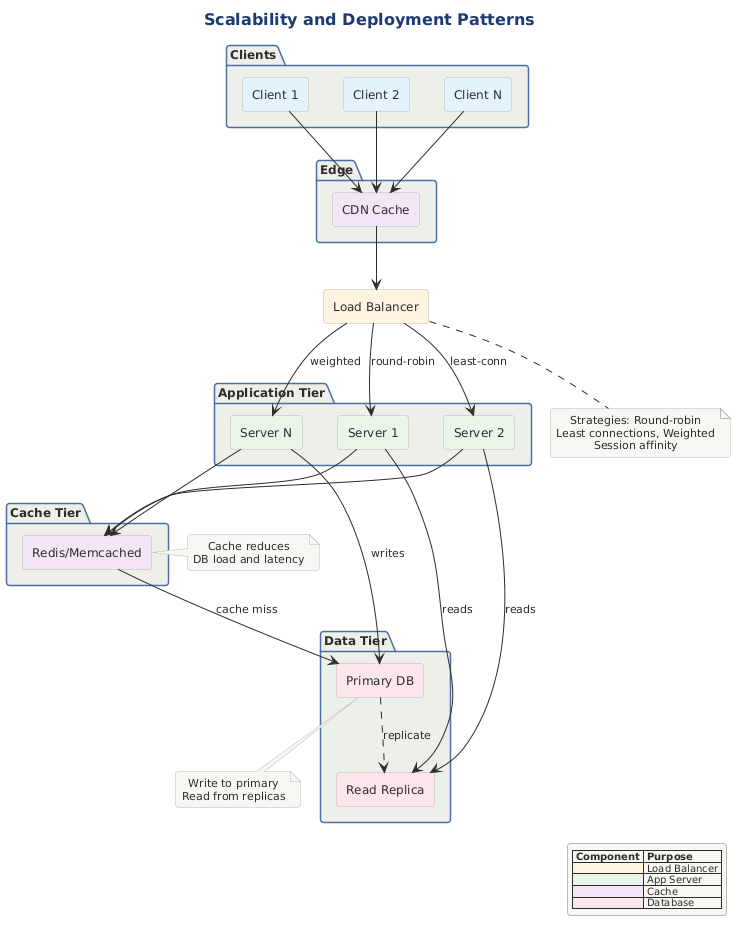
Notoriousjayy/latex-docs keeps this PlantUML diagram as src/architecture/views-and-beyond/style-catalogs/component-and-connector/client-server-style/png/scalability-and-deployment-patterns.png. Above is the earlier version.
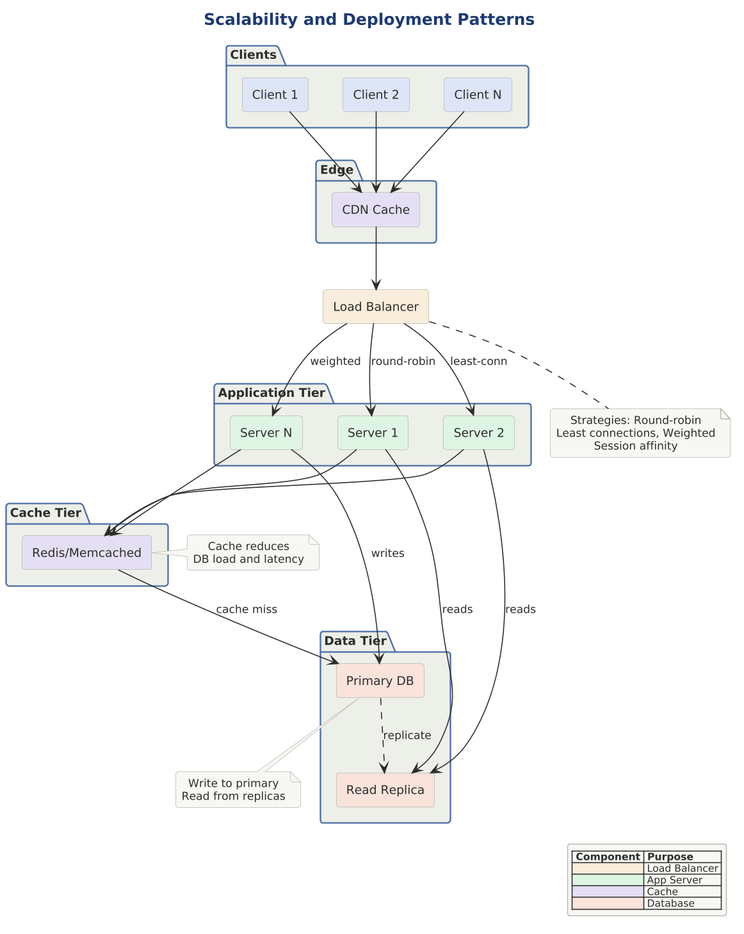
The same file after the commit.

The edit, as a diff of the source:
```diff
@@ -1,34 +1,39 @@
 @startuml
+
+skinparam dpi 150
+
+
+
 
 title Scalability and Deployment Patterns
 
 !include ../../../../../../tooling/styles/plantuml/structural/package-diagram-style.iuml
 
 package "Clients" {
-    rectangle "Client 1" as C1 #E3F2FD
-    rectangle "Client 2" as C2 #E3F2FD
-    rectangle "Client N" as CN #E3F2FD
+    rectangle "Client 1" as C1 $fill_primary
+    rectangle "Client 2" as C2 $fill_primary
+    rectangle "Client N" as CN $fill_primary
 }
 
 package "Edge" {
-    rectangle "CDN Cache" as CDN #F3E5F5
+    rectangle "CDN Cache" as CDN $fill_alt
 }
 
-rectangle "Load Balancer" as LB #FFF3E0
+rectangle "Load Balancer" as LB $fill_caution
 
 package "Application Tier" {
-    rectangle "Server 1" as S1 #E8F5E9
-    rectangle "Server 2" as S2 #E8F5E9
-    rectangle "Server N" as SN #E8F5E9
+    rectangle "Server 1" as S1 $fill_ok
+    rectangle "Server 2" as S2 $fill_ok
+    rectangle "Server N" as SN $fill_ok
 }
 
 package "Cache Tier" {
-    rectangle "Redis/Memcached" as CACHE #F3E5F5
+    rectangle "Redis/Memcached" as CACHE $fill_alt
 }
 
 package "Data Tier" {
-    rectangle "Primary DB" as PDB #FCE4EC
-    rectangle "Read Replica" as RDB #FCE4EC
+    rectangle "Primary DB" as PDB $fill_invalid
+    rectangle "Read Replica" as RDB $fill_invalid
 }
 
 C1 --> CDN
@@ -70,9 +75,9 @@
 
 legend right
   |= Component |= Purpose |
-  | <#FFF3E0> | Load Balancer |
-  | <#E8F5E9> | App Server |
-  | <#F3E5F5> | Cache |
-  | <#FCE4EC> | Database |
+  | <$fill_caution> | Load Balancer |
+  | <$fill_ok> | App Server |
+  | <$fill_alt> | Cache |
+  | <$fill_invalid> | Database |
 endlegend
 @enduml
```
